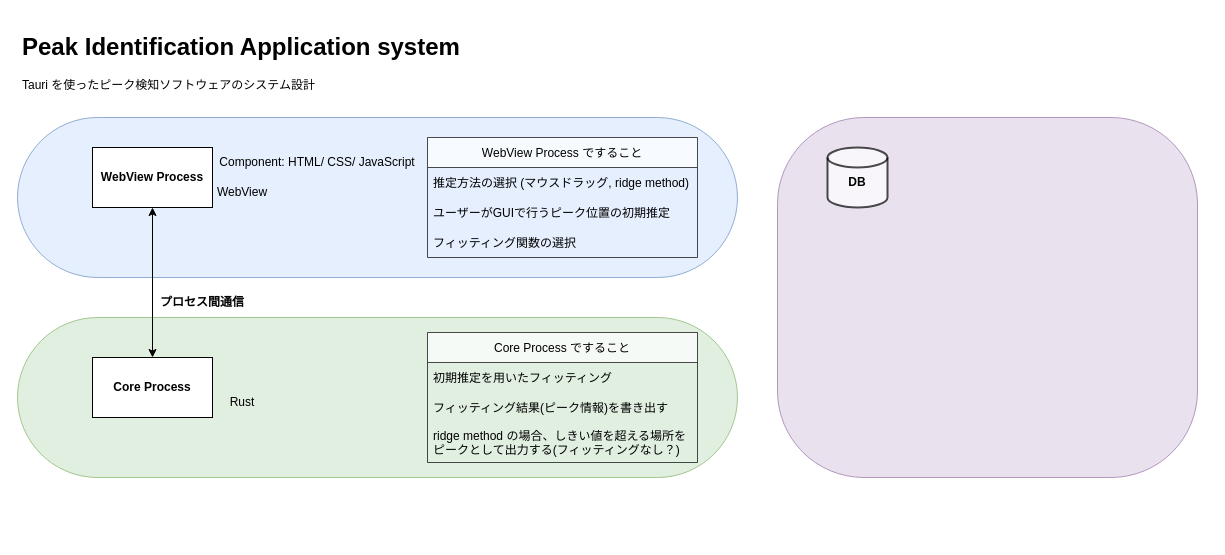
The draw.io diagram Untitled Diagram.drawio in passive-radio/find-peaks, before the edit. Source tidied: cells renumbered, new cells numbered last; positions are measured from the earlier drawing's top-left corner, leaving out a move shared by most shapes. Both pictures are drawn from the tidied source at 100%, with x=0, y=0 at pixel (17, 27).
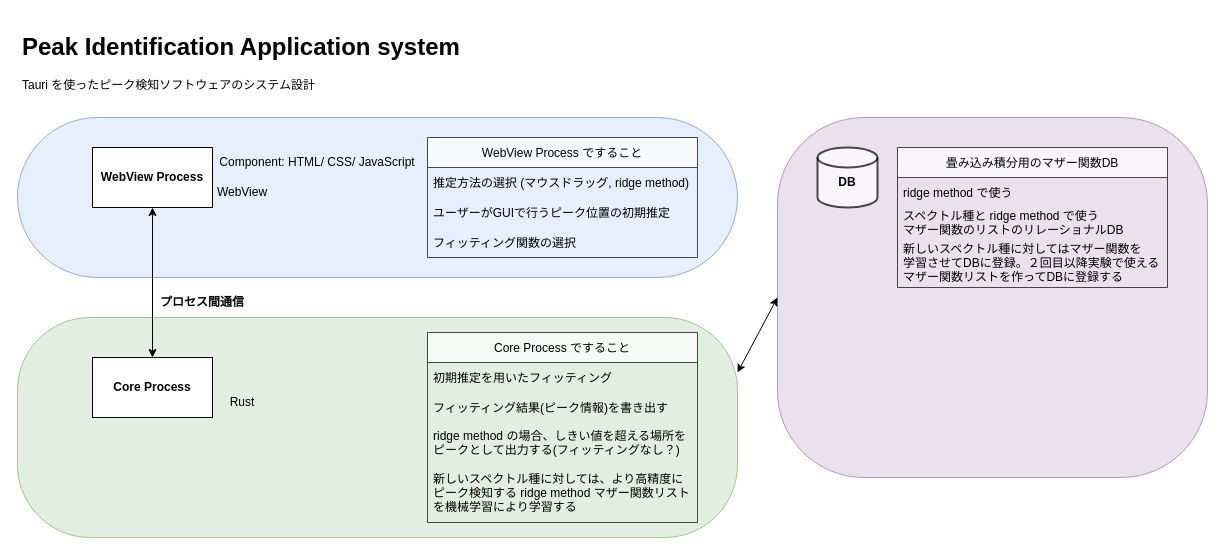
The same diagram, later.

What changed in the source:
```diff
@@
-    <mxCell id="3" style="rounded=1;whiteSpace=wrap;html=1;fillColor=#d5e8d4;strokeColor=#82b366;arcSize=50;opacity=70;" parent="1" vertex="1">
-      <mxGeometry y="290" width="720" height="160" as="geometry" />
+    <mxCell id="3" style="rounded=1;whiteSpace=wrap;html=1;fillColor=#d5e8d4;strokeColor=#82b366;arcSize=33;opacity=70;" parent="1" vertex="1">
+      <mxGeometry y="290" width="720" height="220" as="geometry" />
     </mxCell>
@@
     <mxCell id="16" value="Core Process ですること" style="swimlane;fontStyle=0;horizontal=1;startSize=30;opacity=70;" parent="1" vertex="1">
-      <mxGeometry x="410" y="305" width="270" height="130" as="geometry" />
+      <mxGeometry x="410" y="305" width="270" height="190" as="geometry" />
     </mxCell>
@@
+    <mxCell id="23" value="新しいスペクトル種に対しては、より高精度に&#10;ピーク検知する ridge method マザー関数リスト&#10;を機械学習により学習する" style="text;strokeColor=none;fillColor=none;align=left;verticalAlign=middle;spacingLeft=4;spacingRight=4;overflow=hidden;opacity=70;" parent="16" vertex="1">
+      <mxGeometry y="130" width="270" height="60" as="geometry" />
+    </mxCell>
     <mxCell id="20" style="rounded=1;whiteSpace=wrap;html=1;fillColor=#e1d5e7;strokeColor=#9673a6;arcSize=24;opacity=70;" parent="1" vertex="1">
-      <mxGeometry x="760" y="90" width="420" height="360" as="geometry" />
+      <mxGeometry x="760" y="90" width="430" height="360" as="geometry" />
     </mxCell>
     <mxCell id="21" style="strokeWidth=2;html=1;shape=mxgraph.flowchart.database;whiteSpace=wrap;opacity=70;" parent="1" vertex="1">
-      <mxGeometry x="810" y="120" width="60" height="60" as="geometry" />
+      <mxGeometry x="800" y="120" width="60" height="60" as="geometry" />
     </mxCell>
     <mxCell id="22" value="DB" style="text;html=1;strokeColor=none;fillColor=none;align=center;verticalAlign=middle;whiteSpace=wrap;rounded=0;opacity=70;fontStyle=1;" parent="1" vertex="1">
-      <mxGeometry x="810" y="140" width="60" height="30" as="geometry" />
+      <mxGeometry x="800" y="140" width="60" height="30" as="geometry" />
     </mxCell>
+    <mxCell id="24" value="畳み込み積分用のマザー関数DB" style="swimlane;fontStyle=0;horizontal=1;startSize=30;opacity=70;" parent="1" vertex="1">
+      <mxGeometry x="880" y="120" width="270" height="140" as="geometry" />
+    </mxCell>
+    <mxCell id="25" value="ridge method で使う" style="text;strokeColor=none;fillColor=none;align=left;verticalAlign=middle;spacingLeft=4;spacingRight=4;overflow=hidden;opacity=70;" parent="24" vertex="1">
+      <mxGeometry y="30" width="270" height="30" as="geometry" />
+    </mxCell>
+    <mxCell id="26" value="スペクトル種と ridge method で使う&#10;マザー関数のリストのリレーショナルDB" style="text;strokeColor=none;fillColor=none;align=left;verticalAlign=middle;spacingLeft=4;spacingRight=4;overflow=hidden;opacity=70;" parent="24" vertex="1">
+      <mxGeometry y="60" width="270" height="30" as="geometry" />
+    </mxCell>
+    <mxCell id="27" value="新しいスペクトル種に対してはマザー関数を&#10;学習させてDBに登録。２回目以降実験で使える&#10;マザー関数リストを作ってDBに登録する" style="text;strokeColor=none;fillColor=none;align=left;verticalAlign=middle;spacingLeft=4;spacingRight=4;overflow=hidden;opacity=70;" parent="24" vertex="1">
+      <mxGeometry y="90" width="270" height="50" as="geometry" />
+    </mxCell>
+    <mxCell id="28" style="endArrow=classic;startArrow=classic;html=1;rounded=0;exitX=1;exitY=0.25;exitDx=0;exitDy=0;entryX=0;entryY=0.5;entryDx=0;entryDy=0;" parent="1" edge="1" source="3" target="20">
+      <mxGeometry relative="1" as="geometry" />
+    </mxCell>
```
